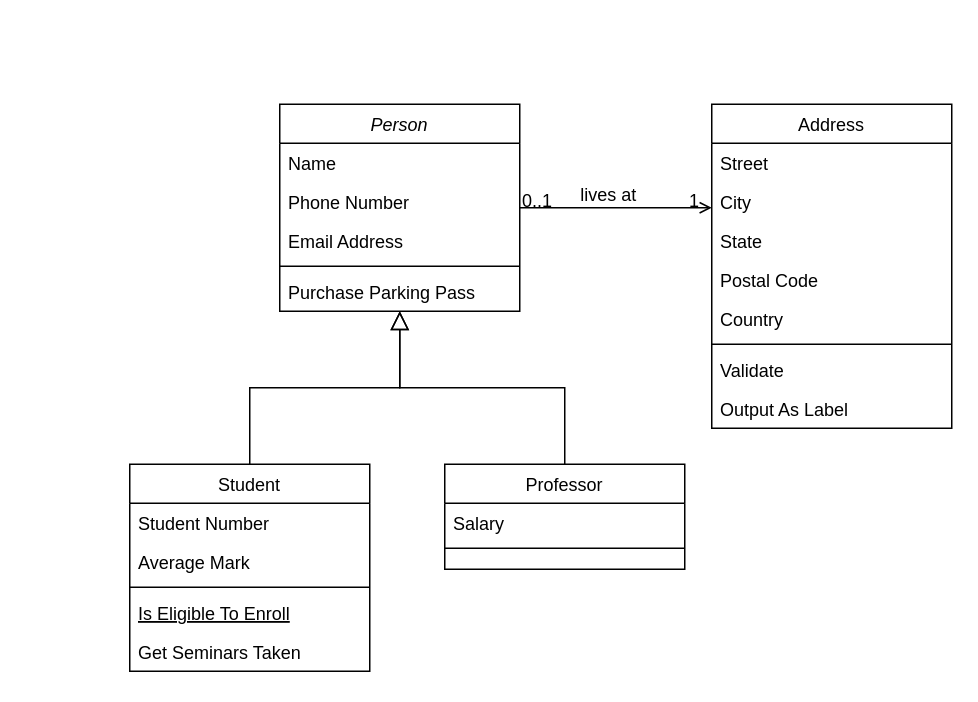
This is class diagram.drawio from ristinuraulia/pengajuan-izin, a draw.io file, before an edit. Source tidied: cells renumbered, new cells numbered last; positions are measured from the earlier drawing's top-left corner, leaving out a move shared by most shapes. Both pictures are drawn from the tidied source at 150%, with x=0, y=0 at pixel (129, 104).
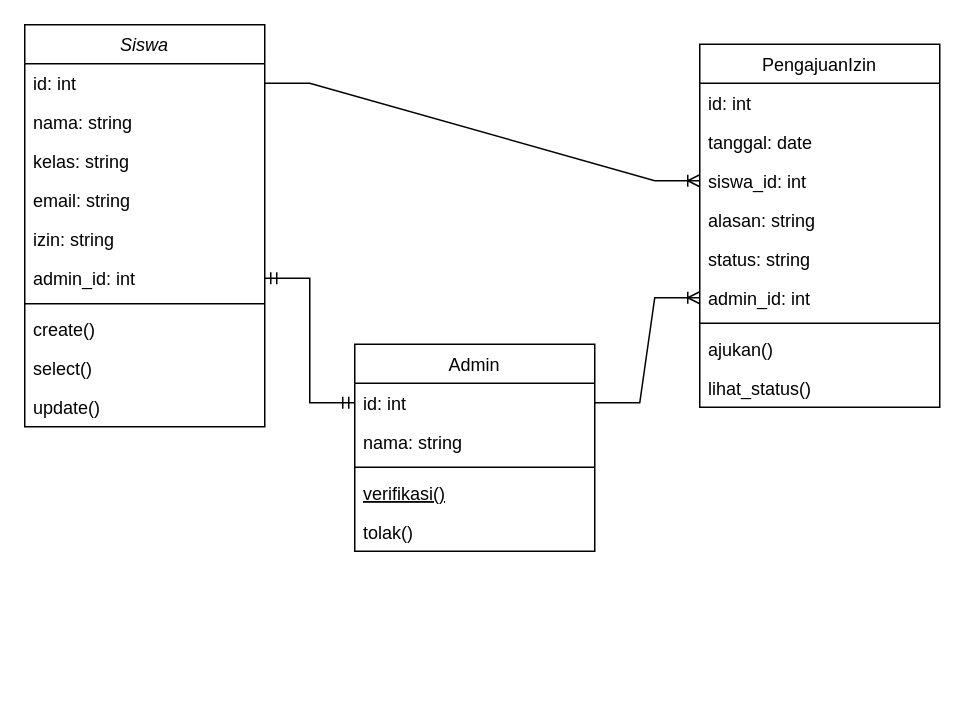
After the change.

The edit, as a diff of the source:
```diff
@@
-    <mxCell id="2" value="Person" style="swimlane;fontStyle=2;align=center;verticalAlign=top;horizontal=1;startSize=26;rounded=0;shadow=0;strokeWidth=1;" parent="1" vertex="1">
-      <mxGeometry x="100" width="160" height="138" as="geometry" />
+    <mxCell id="2" value="Siswa" style="swimlane;fontStyle=2;align=center;verticalAlign=top;horizontal=1;startSize=26;rounded=0;shadow=0;strokeWidth=1;" parent="1" vertex="1">
+      <mxGeometry x="-70" y="-53" width="160" height="268" as="geometry" />
     </mxCell>
-    <mxCell id="3" value="Name" style="text;align=left;verticalAlign=top;spacingLeft=4;spacingRight=4;overflow=hidden;points=[[0,0.5],[1,0.5]];portConstraint=eastwest;" parent="2" vertex="1">
+    <mxCell id="3" value="id: int" style="text;align=left;verticalAlign=top;spacingLeft=4;spacingRight=4;overflow=hidden;points=[[0,0.5],[1,0.5]];portConstraint=eastwest;" parent="2" vertex="1">
       <mxGeometry y="26" width="160" height="26" as="geometry" />
     </mxCell>
-    <mxCell id="4" value="Phone Number" style="text;align=left;verticalAlign=top;spacingLeft=4;spacingRight=4;overflow=hidden;rounded=0;shadow=0;html=0;" parent="2" vertex="1">
+    <mxCell id="4" value="nama: string" style="text;align=left;verticalAlign=top;spacingLeft=4;spacingRight=4;overflow=hidden;rounded=0;shadow=0;html=0;" parent="2" vertex="1">
       <mxGeometry y="52" width="160" height="26" as="geometry" />
     </mxCell>
-    <mxCell id="5" value="Email Address" style="text;align=left;verticalAlign=top;spacingLeft=4;spacingRight=4;overflow=hidden;rounded=0;shadow=0;html=0;" parent="2" vertex="1">
+    <mxCell id="5" value="kelas: string" style="text;align=left;verticalAlign=top;spacingLeft=4;spacingRight=4;overflow=hidden;rounded=0;shadow=0;html=0;" parent="2" vertex="1">
       <mxGeometry y="78" width="160" height="26" as="geometry" />
     </mxCell>
+    <mxCell id="32" value="email: string" style="text;align=left;verticalAlign=top;spacingLeft=4;spacingRight=4;overflow=hidden;rounded=0;shadow=0;html=0;" parent="2" vertex="1">
+      <mxGeometry y="104" width="160" height="26" as="geometry" />
+    </mxCell>
+    <mxCell id="33" value="izin: string" style="text;align=left;verticalAlign=top;spacingLeft=4;spacingRight=4;overflow=hidden;rounded=0;shadow=0;html=0;" parent="2" vertex="1">
+      <mxGeometry y="130" width="160" height="26" as="geometry" />
+    </mxCell>
+    <mxCell id="34" value="admin_id: int" style="text;align=left;verticalAlign=top;spacingLeft=4;spacingRight=4;overflow=hidden;points=[[0,0.5],[1,0.5]];portConstraint=eastwest;rounded=0;shadow=0;html=0;" parent="2" vertex="1">
+      <mxGeometry y="156" width="160" height="26" as="geometry" />
+    </mxCell>
     <mxCell id="6" style="line;html=1;strokeWidth=1;align=left;verticalAlign=middle;spacingTop=-1;spacingLeft=3;spacingRight=3;labelPosition=right;" parent="2" vertex="1">
-      <mxGeometry y="104" width="160" height="8" as="geometry" />
+      <mxGeometry y="182" width="160" height="8" as="geometry" />
     </mxCell>
-    <mxCell id="7" value="Purchase Parking Pass" style="text;align=left;verticalAlign=top;spacingLeft=4;spacingRight=4;overflow=hidden;" parent="2" vertex="1">
-      <mxGeometry y="112" width="160" height="26" as="geometry" />
+    <mxCell id="7" value="create()" style="text;align=left;verticalAlign=top;spacingLeft=4;spacingRight=4;overflow=hidden;" parent="2" vertex="1">
+      <mxGeometry y="190" width="160" height="26" as="geometry" />
     </mxCell>
+    <mxCell id="35" value="select()" style="text;align=left;verticalAlign=top;spacingLeft=4;spacingRight=4;overflow=hidden;" parent="2" vertex="1">
+      <mxGeometry y="216" width="160" height="26" as="geometry" />
+    </mxCell>
+    <mxCell id="36" value="update()" style="text;align=left;verticalAlign=top;spacingLeft=4;spacingRight=4;overflow=hidden;" parent="2" vertex="1">
+      <mxGeometry y="242" width="160" height="26" as="geometry" />
+    </mxCell>
-    <mxCell id="8" value="Student" style="swimlane;fontStyle=0;align=center;verticalAlign=top;horizontal=1;startSize=26;rounded=0;shadow=0;strokeWidth=1;" parent="1" vertex="1">
-      <mxGeometry y="240" width="160" height="138" as="geometry" />
+    <mxCell id="8" value="Admin" style="swimlane;fontStyle=0;align=center;verticalAlign=top;horizontal=1;startSize=26;rounded=0;shadow=0;strokeWidth=1;" parent="1" vertex="1">
+      <mxGeometry x="150" y="160" width="160" height="138" as="geometry" />
     </mxCell>
-    <mxCell id="9" value="Student Number" style="text;align=left;verticalAlign=top;spacingLeft=4;spacingRight=4;overflow=hidden;points=[[0,0.5],[1,0.5]];portConstraint=eastwest;" parent="8" vertex="1">
+    <mxCell id="9" value="id: int" style="text;align=left;verticalAlign=top;spacingLeft=4;spacingRight=4;overflow=hidden;points=[[0,0.5],[1,0.5]];portConstraint=eastwest;" parent="8" vertex="1">
       <mxGeometry y="26" width="160" height="26" as="geometry" />
     </mxCell>
-    <mxCell id="10" value="Average Mark" style="text;align=left;verticalAlign=top;spacingLeft=4;spacingRight=4;overflow=hidden;rounded=0;shadow=0;html=0;" parent="8" vertex="1">
+    <mxCell id="10" value="nama: string" style="text;align=left;verticalAlign=top;spacingLeft=4;spacingRight=4;overflow=hidden;rounded=0;shadow=0;html=0;" parent="8" vertex="1">
       <mxGeometry y="52" width="160" height="26" as="geometry" />
     </mxCell>
@@
-    <mxCell id="12" value="Is Eligible To Enroll" style="text;align=left;verticalAlign=top;spacingLeft=4;spacingRight=4;overflow=hidden;fontStyle=4;" parent="8" vertex="1">
+    <mxCell id="12" value="verifikasi()" style="text;align=left;verticalAlign=top;spacingLeft=4;spacingRight=4;overflow=hidden;fontStyle=4;" parent="8" vertex="1">
       <mxGeometry y="86" width="160" height="26" as="geometry" />
     </mxCell>
-    <mxCell id="13" value="Get Seminars Taken" style="text;align=left;verticalAlign=top;spacingLeft=4;spacingRight=4;overflow=hidden;" parent="8" vertex="1">
+    <mxCell id="13" value="tolak()" style="text;align=left;verticalAlign=top;spacingLeft=4;spacingRight=4;overflow=hidden;" parent="8" vertex="1">
       <mxGeometry y="112" width="160" height="26" as="geometry" />
     </mxCell>
-    <mxCell id="14" style="endArrow=block;endSize=10;endFill=0;shadow=0;strokeWidth=1;rounded=0;curved=0;edgeStyle=elbowEdgeStyle;elbow=vertical;" parent="1" edge="1" source="8" target="2">
-      <mxGeometry relative="1" as="geometry" />
-    </mxCell>
-    <mxCell id="15" value="Professor" style="swimlane;fontStyle=0;align=center;verticalAlign=top;horizontal=1;startSize=26;rounded=0;shadow=0;strokeWidth=1;" parent="1" vertex="1">
-      <mxGeometry x="210" y="240" width="160" height="70" as="geometry" />
-    </mxCell>
-    <mxCell id="16" value="Salary" style="text;align=left;verticalAlign=top;spacingLeft=4;spacingRight=4;overflow=hidden;" parent="15" vertex="1">
-      <mxGeometry y="26" width="160" height="26" as="geometry" />
-    </mxCell>
-    <mxCell id="17" style="line;html=1;strokeWidth=1;align=left;verticalAlign=middle;spacingTop=-1;spacingLeft=3;spacingRight=3;labelPosition=right;" parent="15" vertex="1">
-      <mxGeometry y="52" width="160" height="8" as="geometry" />
-    </mxCell>
-    <mxCell id="18" style="endArrow=block;endSize=10;endFill=0;shadow=0;strokeWidth=1;rounded=0;curved=0;edgeStyle=elbowEdgeStyle;elbow=vertical;" parent="1" edge="1" source="15" target="2">
-      <mxGeometry relative="1" as="geometry" />
-    </mxCell>
-    <mxCell id="19" value="Address" style="swimlane;fontStyle=0;align=center;verticalAlign=top;horizontal=1;startSize=26;rounded=0;shadow=0;strokeWidth=1;" parent="1" vertex="1">
-      <mxGeometry x="388" width="160" height="216" as="geometry" />
+    <mxCell id="19" value="PengajuanIzin" style="swimlane;fontStyle=0;align=center;verticalAlign=top;horizontal=1;startSize=26;rounded=0;shadow=0;strokeWidth=1;" parent="1" vertex="1">
+      <mxGeometry x="380" y="-40" width="160" height="242" as="geometry" />
     </mxCell>
-    <mxCell id="20" value="Street" style="text;align=left;verticalAlign=top;spacingLeft=4;spacingRight=4;overflow=hidden;" parent="19" vertex="1">
+    <mxCell id="20" value="id: int" style="text;align=left;verticalAlign=top;spacingLeft=4;spacingRight=4;overflow=hidden;" parent="19" vertex="1">
       <mxGeometry y="26" width="160" height="26" as="geometry" />
     </mxCell>
-    <mxCell id="21" value="City" style="text;align=left;verticalAlign=top;spacingLeft=4;spacingRight=4;overflow=hidden;rounded=0;shadow=0;html=0;" parent="19" vertex="1">
+    <mxCell id="21" value="tanggal: date" style="text;align=left;verticalAlign=top;spacingLeft=4;spacingRight=4;overflow=hidden;rounded=0;shadow=0;html=0;" parent="19" vertex="1">
       <mxGeometry y="52" width="160" height="26" as="geometry" />
     </mxCell>
-    <mxCell id="22" value="State" style="text;align=left;verticalAlign=top;spacingLeft=4;spacingRight=4;overflow=hidden;points=[[0,0.5],[1,0.5]];portConstraint=eastwest;rounded=0;shadow=0;html=0;" parent="19" vertex="1">
+    <mxCell id="22" value="siswa_id: int&#10;" style="text;align=left;verticalAlign=top;spacingLeft=4;spacingRight=4;overflow=hidden;points=[[0,0.5],[1,0.5]];portConstraint=eastwest;rounded=0;shadow=0;html=0;" parent="19" vertex="1">
       <mxGeometry y="78" width="160" height="26" as="geometry" />
     </mxCell>
-    <mxCell id="23" value="Postal Code" style="text;align=left;verticalAlign=top;spacingLeft=4;spacingRight=4;overflow=hidden;rounded=0;shadow=0;html=0;" parent="19" vertex="1">
+    <mxCell id="23" value="alasan: string" style="text;align=left;verticalAlign=top;spacingLeft=4;spacingRight=4;overflow=hidden;rounded=0;shadow=0;html=0;" parent="19" vertex="1">
       <mxGeometry y="104" width="160" height="26" as="geometry" />
     </mxCell>
-    <mxCell id="24" value="Country" style="text;align=left;verticalAlign=top;spacingLeft=4;spacingRight=4;overflow=hidden;rounded=0;shadow=0;html=0;" parent="19" vertex="1">
+    <mxCell id="24" value="status: string&#10;" style="text;align=left;verticalAlign=top;spacingLeft=4;spacingRight=4;overflow=hidden;rounded=0;shadow=0;html=0;" parent="19" vertex="1">
       <mxGeometry y="130" width="160" height="26" as="geometry" />
     </mxCell>
+    <mxCell id="37" value="admin_id: int" style="text;align=left;verticalAlign=top;spacingLeft=4;spacingRight=4;overflow=hidden;points=[[0,0.5],[1,0.5]];portConstraint=eastwest;rounded=0;shadow=0;html=0;" parent="19" vertex="1">
+      <mxGeometry y="156" width="160" height="26" as="geometry" />
+    </mxCell>
     <mxCell id="25" style="line;html=1;strokeWidth=1;align=left;verticalAlign=middle;spacingTop=-1;spacingLeft=3;spacingRight=3;labelPosition=right;" parent="19" vertex="1">
-      <mxGeometry y="156" width="160" height="8" as="geometry" />
+      <mxGeometry y="182" width="160" height="8" as="geometry" />
     </mxCell>
-    <mxCell id="26" value="Validate" style="text;align=left;verticalAlign=top;spacingLeft=4;spacingRight=4;overflow=hidden;" parent="19" vertex="1">
-      <mxGeometry y="164" width="160" height="26" as="geometry" />
+    <mxCell id="26" value="ajukan()" style="text;align=left;verticalAlign=top;spacingLeft=4;spacingRight=4;overflow=hidden;" parent="19" vertex="1">
+      <mxGeometry y="190" width="160" height="26" as="geometry" />
     </mxCell>
-    <mxCell id="27" value="Output As Label" style="text;align=left;verticalAlign=top;spacingLeft=4;spacingRight=4;overflow=hidden;" parent="19" vertex="1">
-      <mxGeometry y="190" width="160" height="26" as="geometry" />
+    <mxCell id="27" value="lihat_status()" style="text;align=left;verticalAlign=top;spacingLeft=4;spacingRight=4;overflow=hidden;" parent="19" vertex="1">
+      <mxGeometry y="216" width="160" height="26" as="geometry" />
     </mxCell>
-    <mxCell id="28" style="endArrow=open;shadow=0;strokeWidth=1;rounded=0;curved=0;endFill=1;edgeStyle=elbowEdgeStyle;elbow=vertical;" parent="1" edge="1" source="2" target="19">
-      <mxGeometry x="0.5" y="41" relative="1" as="geometry">
-        <mxPoint x="-40" y="32" as="offset" />
-      </mxGeometry>
-    </mxCell>
-    <mxCell id="29" value="0..1" style="align=left;verticalAlign=bottom;labelBackgroundColor=none;fontSize=12;" parent="28" vertex="1">
-      <mxGeometry x="-1" relative="1" as="geometry">
-        <mxPoint y="4" as="offset" />
-      </mxGeometry>
-    </mxCell>
-    <mxCell id="30" value="1" style="align=right;verticalAlign=bottom;labelBackgroundColor=none;fontSize=12;" parent="28" vertex="1">
-      <mxGeometry x="1" relative="1" as="geometry">
-        <mxPoint x="-7" y="4" as="offset" />
-      </mxGeometry>
-    </mxCell>
-    <mxCell id="31" value="lives at" style="text;html=1;align=center;verticalAlign=middle;labelBackgroundColor=none;rounded=0;shadow=0;strokeWidth=1;fontSize=12;" parent="28" vertex="1">
-      <mxGeometry x="0.5" y="49" relative="1" as="geometry">
-        <mxPoint x="-38" y="40" as="offset" />
-      </mxGeometry>
-    </mxCell>
+    <mxCell id="38" style="edgeStyle=entityRelationEdgeStyle;fontSize=12;html=1;endArrow=ERoneToMany;rounded=0;exitX=1;exitY=0.5;exitDx=0;exitDy=0;entryX=0;entryY=0.5;entryDx=0;entryDy=0;" parent="1" edge="1" source="3" target="22">
+      <mxGeometry relative="1" as="geometry" />
+    </mxCell>
+    <mxCell id="39" style="edgeStyle=entityRelationEdgeStyle;fontSize=12;html=1;endArrow=ERoneToMany;rounded=0;entryX=0;entryY=0.5;entryDx=0;entryDy=0;exitX=1;exitY=0.5;exitDx=0;exitDy=0;" parent="1" edge="1" source="9" target="37">
+      <mxGeometry relative="1" as="geometry" />
+    </mxCell>
+    <mxCell id="40" style="edgeStyle=entityRelationEdgeStyle;fontSize=12;html=1;endArrow=ERmandOne;startArrow=ERmandOne;rounded=0;exitX=1;exitY=0.5;exitDx=0;exitDy=0;entryX=0;entryY=0.5;entryDx=0;entryDy=0;" parent="1" edge="1" source="34" target="9">
+      <mxGeometry relative="1" as="geometry" />
+    </mxCell>
```
